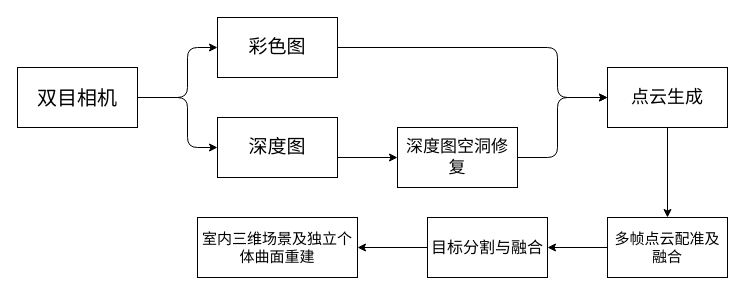
Above: zyc_deal.drawio in undinuanao/- (draw.io), before the change. Source tidied: cells renumbered, new cells numbered last; positions are measured from the earlier drawing's top-left corner, leaving out a move shared by most shapes. Both pictures are drawn from the tidied source at 100%, with x=0, y=0 at pixel (17, 17).
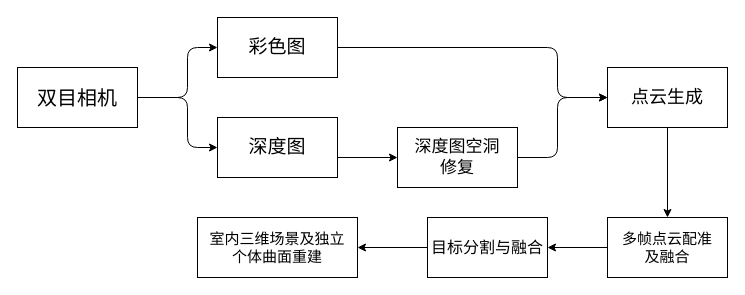
The same diagram, later.

The edit, as a diff of the source:
```diff
@@
-    <mxCell id="7" value="深度图空洞修复" style="rounded=0;whiteSpace=wrap;fontSize=17;" parent="1" vertex="1">
+    <mxCell id="7" value="深度图空洞&#10;修复" style="rounded=0;whiteSpace=wrap;fontSize=17;" parent="1" vertex="1">
       <mxGeometry x="380" y="110" width="120" height="60" as="geometry" />
     </mxCell>
@@
-    <mxCell id="12" value="多帧点云配准及融合" style="rounded=0;whiteSpace=wrap;fontSize=15;" parent="1" vertex="1">
+    <mxCell id="12" value="多帧点云配准&#10;及融合" style="rounded=0;whiteSpace=wrap;fontSize=15;" parent="1" vertex="1">
       <mxGeometry x="590" y="200" width="120" height="60" as="geometry" />
     </mxCell>
@@
-    <mxCell id="16" value="室内三维场景及独立个体曲面重建" style="rounded=0;whiteSpace=wrap;fontSize=15;" parent="1" vertex="1">
+    <mxCell id="16" value="室内三维场景及独立&#10;个体曲面重建" style="rounded=0;whiteSpace=wrap;fontSize=15;" parent="1" vertex="1">
       <mxGeometry x="180" y="200" width="160" height="60" as="geometry" />
     </mxCell>
```
